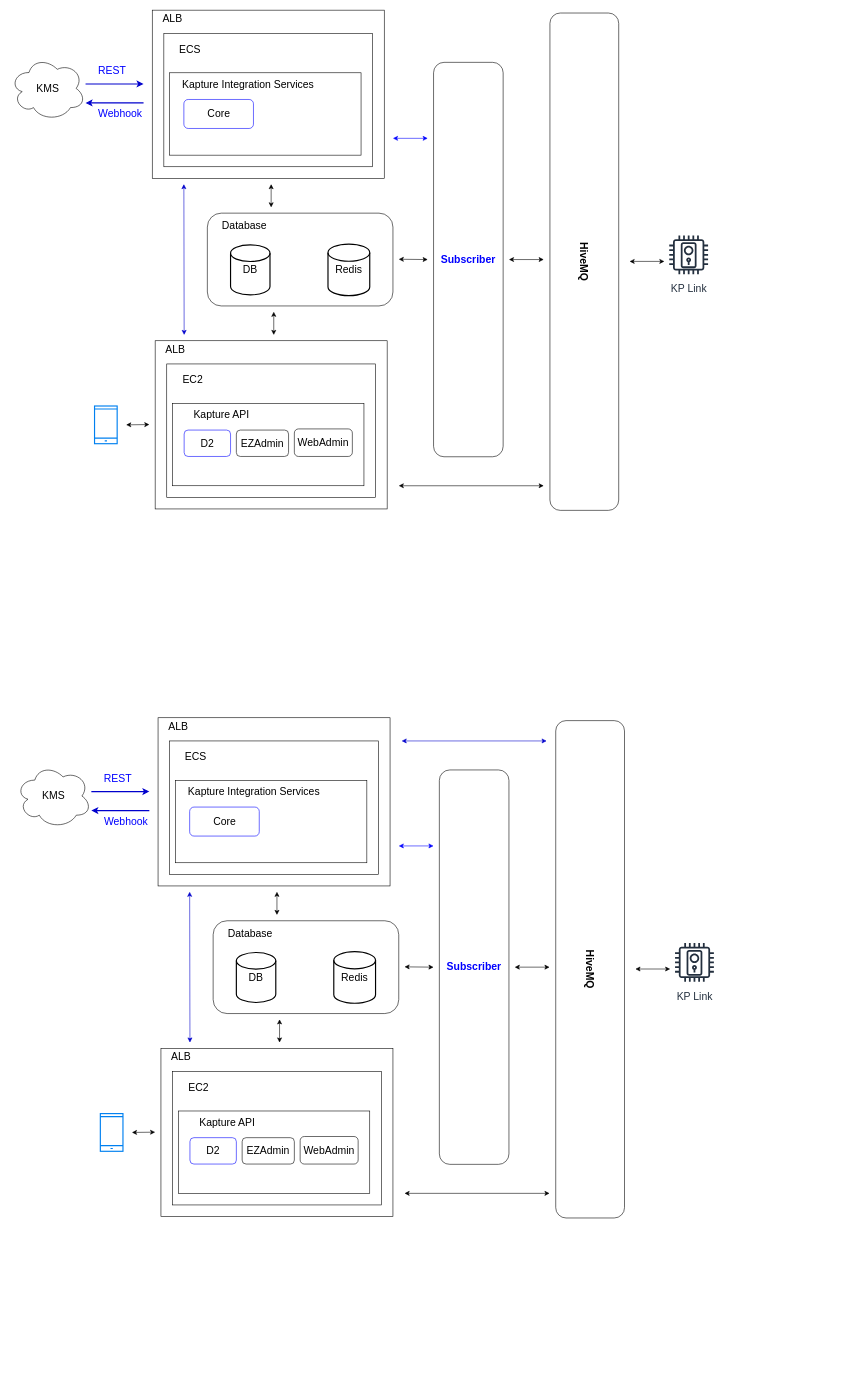
Above: KaptureIntegrationService.drawio in kevin3747118/ALZK (draw.io), before the change. Source tidied: cells renumbered, new cells numbered last; positions are measured from the earlier drawing's top-left corner, leaving out a move shared by most shapes. Both pictures are drawn from the tidied source at 58%, with x=0, y=0 at pixel (10, 10).
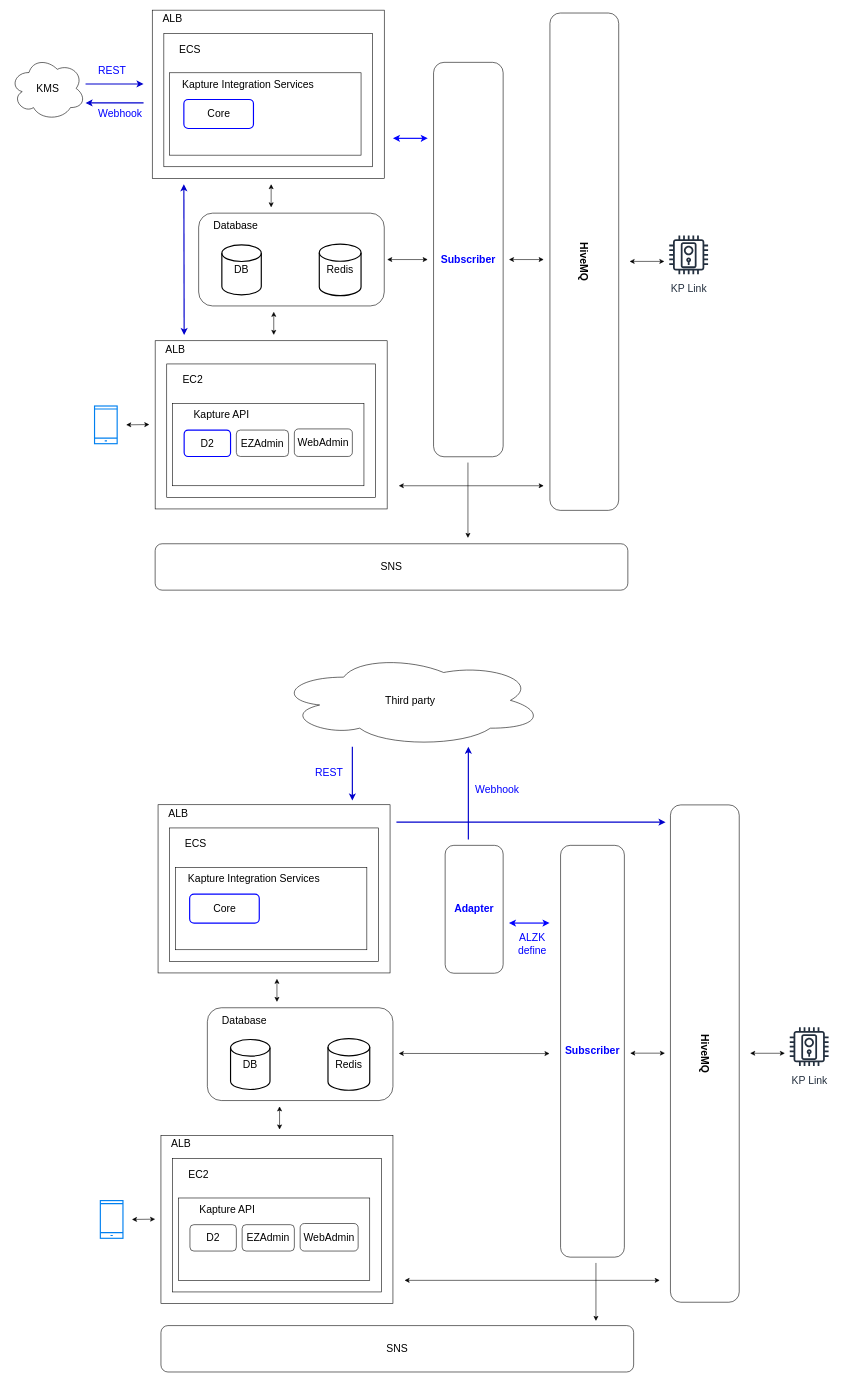
After the change.

Diff of the diagram source:
```diff
@@
-    <mxCell id="7" value="Core" style="rounded=1;whiteSpace=wrap;html=1;fontSize=18;strokeColor=#0000FF;" parent="1" vertex="1">
+    <mxCell id="7" value="Core" style="rounded=1;whiteSpace=wrap;html=1;fontSize=18;strokeColor=#0000FF;strokeWidth=2;" parent="1" vertex="1">
       <mxGeometry x="299.5" y="154" width="120" height="50" as="geometry" />
     </mxCell>
@@
-    <mxCell id="17" value="D2" style="rounded=1;whiteSpace=wrap;html=1;fontSize=18;strokeColor=#0000FF;" parent="1" vertex="1">
+    <mxCell id="17" value="D2" style="rounded=1;whiteSpace=wrap;html=1;fontSize=18;strokeColor=#0000FF;strokeWidth=2;" parent="1" vertex="1">
       <mxGeometry x="300" y="724" width="80" height="45.5" as="geometry" />
     </mxCell>
@@
     <mxCell id="24" style="group;" parent="1" vertex="1">
-      <mxGeometry x="340" y="350" width="320" height="160" as="geometry" />
+      <mxGeometry x="325" y="350" width="320" height="160" as="geometry" />
     </mxCell>
@@
-    <mxCell id="30" style="endArrow=classic;startArrow=classic;html=1;rounded=0;fontSize=18;fontColor=#000000;strokeColor=#0000CC;" parent="1" edge="1">
+    <mxCell id="30" style="endArrow=classic;startArrow=classic;html=1;rounded=0;fontSize=18;fontColor=#000000;strokeColor=#0000CC;strokeWidth=2;" parent="1" edge="1">
       <mxGeometry relative="1" as="geometry">
         <mxPoint x="300" y="560" as="sourcePoint" />
         <mxPoint x="299.5" y="300" as="targetPoint" />
       </mxGeometry>
     </mxCell>
     <mxCell id="31" style="endArrow=classic;startArrow=classic;html=1;rounded=0;fontSize=18;fontColor=#000000;" parent="1" edge="1">
       <mxGeometry relative="1" as="geometry">
-        <mxPoint x="670" y="429.5" as="sourcePoint" />
+        <mxPoint x="650" y="430" as="sourcePoint" />
         <mxPoint x="720" y="430" as="targetPoint" />
       </mxGeometry>
     </mxCell>
@@
-    <mxCell id="36" style="endArrow=classic;startArrow=classic;html=1;rounded=0;fontSize=18;fontColor=#000000;strokeColor=#0000FF;" parent="1" edge="1">
+    <mxCell id="36" style="endArrow=classic;startArrow=classic;html=1;rounded=0;fontSize=18;fontColor=#000000;strokeColor=#0000FF;strokeWidth=2;" parent="1" edge="1">
       <mxGeometry relative="1" as="geometry">
         <mxPoint x="660" y="221" as="sourcePoint" />
         <mxPoint x="720" y="221" as="targetPoint" />
       </mxGeometry>
     </mxCell>
@@
     <mxCell id="41" style="rounded=0;whiteSpace=wrap;html=1;" parent="1" vertex="1">
-      <mxGeometry x="255" y="1220" width="400" height="290" as="geometry" />
+      <mxGeometry x="255" y="1370" width="400" height="290" as="geometry" />
     </mxCell>
     <mxCell id="42" style="rounded=0;whiteSpace=wrap;html=1;fontSize=18;" parent="1" vertex="1">
-      <mxGeometry x="275" y="1260" width="360" height="230" as="geometry" />
+      <mxGeometry x="275" y="1410" width="360" height="230" as="geometry" />
     </mxCell>
     <mxCell id="43" value="&lt;font style=&quot;font-size: 18px&quot;&gt;ECS&lt;/font&gt;" style="text;html=1;strokeColor=none;fillColor=none;align=center;verticalAlign=middle;whiteSpace=wrap;rounded=0;" parent="1" vertex="1">
-      <mxGeometry x="275" y="1273" width="90" height="30" as="geometry" />
+      <mxGeometry x="275" y="1423" width="90" height="30" as="geometry" />
     </mxCell>
     <mxCell id="44" style="rounded=0;whiteSpace=wrap;html=1;fontSize=18;" parent="1" vertex="1">
-      <mxGeometry x="285" y="1328" width="330" height="142" as="geometry" />
+      <mxGeometry x="285" y="1478" width="330" height="142" as="geometry" />
     </mxCell>
     <mxCell id="45" value="&lt;font style=&quot;font-size: 18px&quot;&gt;Kapture Integration Services&lt;/font&gt;" style="text;html=1;strokeColor=none;fillColor=none;align=center;verticalAlign=middle;whiteSpace=wrap;rounded=0;" parent="1" vertex="1">
-      <mxGeometry x="285" y="1328" width="271" height="40" as="geometry" />
+      <mxGeometry x="285" y="1478" width="271" height="40" as="geometry" />
     </mxCell>
-    <mxCell id="46" value="Core" style="rounded=1;whiteSpace=wrap;html=1;fontSize=18;strokeColor=#0000FF;" parent="1" vertex="1">
-      <mxGeometry x="309.5" y="1374" width="120" height="50" as="geometry" />
+    <mxCell id="46" value="Core" style="rounded=1;whiteSpace=wrap;html=1;fontSize=18;strokeColor=#0000FF;strokeWidth=2;" parent="1" vertex="1">
+      <mxGeometry x="309.5" y="1524" width="120" height="50" as="geometry" />
     </mxCell>
     <mxCell id="47" style="html=1;verticalLabelPosition=bottom;align=center;labelBackgroundColor=#ffffff;verticalAlign=top;strokeWidth=2;strokeColor=#0080F0;shadow=0;dashed=0;shape=mxgraph.ios7.icons.smartphone;fontSize=18;" parent="1" vertex="1">
-      <mxGeometry x="155.5" y="1902.5" width="39" height="65" as="geometry" />
+      <mxGeometry x="155.5" y="2052.5" width="39" height="65" as="geometry" />
     </mxCell>
     <mxCell id="48" style="endArrow=classic;startArrow=classic;html=1;rounded=0;fontSize=18;" parent="1" edge="1">
       <mxGeometry relative="1" as="geometry">
-        <mxPoint x="210" y="1935" as="sourcePoint" />
-        <mxPoint x="250" y="1934.5" as="targetPoint" />
+        <mxPoint x="210" y="2085" as="sourcePoint" />
+        <mxPoint x="250" y="2084.5" as="targetPoint" />
       </mxGeometry>
     </mxCell>
     <mxCell id="49" value="&lt;span style=&quot;font-size: 18px;&quot;&gt;ALB&lt;/span&gt;" style="text;html=1;strokeColor=none;fillColor=none;align=center;verticalAlign=middle;whiteSpace=wrap;rounded=0;" parent="1" vertex="1">
-      <mxGeometry x="255" y="1220" width="70" height="30" as="geometry" />
+      <mxGeometry x="255" y="1370" width="70" height="30" as="geometry" />
     </mxCell>
     <mxCell id="50" value="&lt;font style=&quot;font-size: 18px;&quot;&gt;&lt;b style=&quot;&quot;&gt;Subscriber&lt;/b&gt;&lt;/font&gt;" style="rounded=1;whiteSpace=wrap;html=1;fontColor=#0000FF;" parent="1" vertex="1">
-      <mxGeometry x="740" y="1310" width="120" height="680" as="geometry" />
+      <mxGeometry x="949" y="1440" width="110" height="710" as="geometry" />
     </mxCell>
     <mxCell id="51" style="rounded=0;whiteSpace=wrap;html=1;" parent="1" vertex="1">
-      <mxGeometry x="260" y="1790" width="400" height="290" as="geometry" />
+      <mxGeometry x="260" y="1940" width="400" height="290" as="geometry" />
     </mxCell>
     <mxCell id="52" style="rounded=0;whiteSpace=wrap;html=1;fontSize=18;" parent="1" vertex="1">
-      <mxGeometry x="280" y="1830" width="360" height="230" as="geometry" />
+      <mxGeometry x="280" y="1980" width="360" height="230" as="geometry" />
     </mxCell>
     <mxCell id="53" value="&lt;font style=&quot;font-size: 18px&quot;&gt;EC2&lt;/font&gt;" style="text;html=1;strokeColor=none;fillColor=none;align=center;verticalAlign=middle;whiteSpace=wrap;rounded=0;" parent="1" vertex="1">
-      <mxGeometry x="280" y="1843" width="90" height="30" as="geometry" />
+      <mxGeometry x="280" y="1993" width="90" height="30" as="geometry" />
     </mxCell>
     <mxCell id="54" style="rounded=0;whiteSpace=wrap;html=1;fontSize=18;" parent="1" vertex="1">
-      <mxGeometry x="290" y="1898" width="330" height="142" as="geometry" />
+      <mxGeometry x="290" y="2048" width="330" height="142" as="geometry" />
     </mxCell>
     <mxCell id="55" value="&lt;font style=&quot;font-size: 18px&quot;&gt;Kapture API&lt;/font&gt;" style="text;html=1;strokeColor=none;fillColor=none;align=center;verticalAlign=middle;whiteSpace=wrap;rounded=0;" parent="1" vertex="1">
-      <mxGeometry x="289" y="1898" width="171" height="40" as="geometry" />
+      <mxGeometry x="289" y="2048" width="171" height="40" as="geometry" />
     </mxCell>
-    <mxCell id="56" value="D2" style="rounded=1;whiteSpace=wrap;html=1;fontSize=18;strokeColor=#0000FF;" parent="1" vertex="1">
-      <mxGeometry x="310" y="1944" width="80" height="45.5" as="geometry" />
+    <mxCell id="56" value="D2" style="rounded=1;whiteSpace=wrap;html=1;fontSize=18;strokeColor=#000000;" parent="1" vertex="1">
+      <mxGeometry x="310" y="2094" width="80" height="45.5" as="geometry" />
     </mxCell>
     <mxCell id="57" value="&lt;span style=&quot;font-size: 18px;&quot;&gt;ALB&lt;/span&gt;" style="text;html=1;strokeColor=none;fillColor=none;align=center;verticalAlign=middle;whiteSpace=wrap;rounded=0;" parent="1" vertex="1">
-      <mxGeometry x="260" y="1790" width="70" height="30" as="geometry" />
+      <mxGeometry x="260" y="1940" width="70" height="30" as="geometry" />
     </mxCell>
-    <mxCell id="58" value="&lt;font style=&quot;font-size: 18px;&quot;&gt;KMS&lt;/font&gt;" style="ellipse;shape=cloud;whiteSpace=wrap;html=1;strokeColor=#000000;" parent="1" vertex="1">
-      <mxGeometry x="10" y="1300" width="130" height="110" as="geometry" />
+    <mxCell id="58" value="&lt;font style=&quot;font-size: 18px;&quot;&gt;Third party&lt;/font&gt;" style="ellipse;shape=cloud;whiteSpace=wrap;html=1;strokeColor=#000000;" parent="1" vertex="1">
+      <mxGeometry x="460" y="1110" width="460" height="160" as="geometry" />
     </mxCell>
     <mxCell id="59" value="WebAdmin" style="rounded=1;whiteSpace=wrap;html=1;fontSize=18;strokeColor=#000000;" parent="1" vertex="1">
-      <mxGeometry x="500" y="1942" width="100" height="47.5" as="geometry" />
+      <mxGeometry x="500" y="2092" width="100" height="47.5" as="geometry" />
     </mxCell>
     <mxCell id="60" value="EZAdmin" style="rounded=1;whiteSpace=wrap;html=1;fontSize=18;strokeColor=default;" parent="1" vertex="1">
-      <mxGeometry x="400" y="1944" width="90" height="45.5" as="geometry" />
+      <mxGeometry x="400" y="2094" width="90" height="45.5" as="geometry" />
     </mxCell>
     <mxCell id="61" style="endArrow=classic;startArrow=classic;html=1;rounded=0;fontSize=18;fontColor=#000000;" parent="1" edge="1">
       <mxGeometry relative="1" as="geometry">
-        <mxPoint x="460" y="1560" as="sourcePoint" />
-        <mxPoint x="460" y="1520" as="targetPoint" />
+        <mxPoint x="460" y="1710" as="sourcePoint" />
+        <mxPoint x="460" y="1670" as="targetPoint" />
       </mxGeometry>
     </mxCell>
     <mxCell id="62" value="&lt;font size=&quot;1&quot; style=&quot;&quot;&gt;&lt;b style=&quot;font-size: 18px;&quot;&gt;HiveMQ&lt;/b&gt;&lt;/font&gt;" style="rounded=1;whiteSpace=wrap;html=1;fontSize=18;strokeColor=#000000;rotation=90;" parent="1" vertex="1">
-      <mxGeometry x="571.2" y="1594.4" width="857.5" height="118.6" as="geometry" />
+      <mxGeometry x="769" y="1739.7" width="857.5" height="118.6" as="geometry" />
     </mxCell>
     <mxCell id="63" style="group;" parent="1" vertex="1">
-      <mxGeometry x="350" y="1570" width="320" height="160" as="geometry" />
+      <mxGeometry x="340" y="1720" width="320" height="160" as="geometry" />
     </mxCell>
@@
     <mxCell id="68" style="endArrow=classic;startArrow=classic;html=1;rounded=0;fontSize=18;fontColor=#000000;" parent="1" edge="1">
       <mxGeometry relative="1" as="geometry">
-        <mxPoint x="464.5" y="1780" as="sourcePoint" />
-        <mxPoint x="464.5" y="1740" as="targetPoint" />
+        <mxPoint x="464.5" y="1930" as="sourcePoint" />
+        <mxPoint x="464.5" y="1890" as="targetPoint" />
       </mxGeometry>
     </mxCell>
-    <mxCell id="69" style="endArrow=classic;startArrow=classic;html=1;rounded=0;fontSize=18;fontColor=#000000;strokeColor=#0000CC;" parent="1" edge="1">
-      <mxGeometry relative="1" as="geometry">
-        <mxPoint x="310" y="1780" as="sourcePoint" />
-        <mxPoint x="309.5" y="1520" as="targetPoint" />
-      </mxGeometry>
-    </mxCell>
     <mxCell id="70" style="endArrow=classic;startArrow=classic;html=1;rounded=0;fontSize=18;fontColor=#000000;" parent="1" edge="1">
       <mxGeometry relative="1" as="geometry">
-        <mxPoint x="680" y="1649.5" as="sourcePoint" />
-        <mxPoint x="730" y="1650" as="targetPoint" />
+        <mxPoint x="670" y="1798.8" as="sourcePoint" />
+        <mxPoint x="930" y="1799" as="targetPoint" />
       </mxGeometry>
     </mxCell>
     <mxCell id="71" style="endArrow=classic;startArrow=classic;html=1;rounded=0;fontSize=18;" parent="1" edge="1">
       <mxGeometry relative="1" as="geometry">
-        <mxPoint x="680" y="2040" as="sourcePoint" />
-        <mxPoint x="930" y="2040" as="targetPoint" />
+        <mxPoint x="680" y="2190" as="sourcePoint" />
+        <mxPoint x="1120" y="2190" as="targetPoint" />
       </mxGeometry>
     </mxCell>
     <mxCell id="72" style="endArrow=classic;startArrow=classic;html=1;rounded=0;fontSize=18;fontColor=#000000;" parent="1" edge="1">
       <mxGeometry relative="1" as="geometry">
-        <mxPoint x="870" y="1650" as="sourcePoint" />
-        <mxPoint x="930" y="1650" as="targetPoint" />
+        <mxPoint x="1069" y="1798.3" as="sourcePoint" />
+        <mxPoint x="1129" y="1798.3" as="targetPoint" />
       </mxGeometry>
     </mxCell>
-    <mxCell id="73" style="endArrow=classic;startArrow=classic;html=1;rounded=0;fontSize=18;strokeColor=#0000CC;" parent="1" edge="1">
-      <mxGeometry relative="1" as="geometry">
-        <mxPoint x="675" y="1260" as="sourcePoint" />
-        <mxPoint x="925" y="1260" as="targetPoint" />
-      </mxGeometry>
-    </mxCell>
     <mxCell id="74" value="&lt;font style=&quot;font-size: 18px;&quot;&gt;KP Link&lt;/font&gt;" style="sketch=0;fontColor=#232F3E;gradientColor=none;strokeColor=#232F3E;fillColor=#ffffff;dashed=0;verticalLabelPosition=bottom;verticalAlign=top;align=center;html=1;fontSize=12;fontStyle=0;shape=mxgraph.aws4.resourceIcon;resIcon=mxgraph.aws4.door_lock;" parent="1" vertex="1">
-      <mxGeometry x="1138" y="1600" width="83.7" height="83.7" as="geometry" />
+      <mxGeometry x="1335.8" y="1745.3" width="83.7" height="83.7" as="geometry" />
     </mxCell>
     <mxCell id="75" style="endArrow=classic;startArrow=classic;html=1;rounded=0;fontSize=18;fontColor=#000000;" parent="1" edge="1">
       <mxGeometry relative="1" as="geometry">
-        <mxPoint x="1078" y="1653.2" as="sourcePoint" />
-        <mxPoint x="1138" y="1653.2" as="targetPoint" />
+        <mxPoint x="1275.8" y="1798.5" as="sourcePoint" />
+        <mxPoint x="1335.8" y="1798.5" as="targetPoint" />
       </mxGeometry>
     </mxCell>
-    <mxCell id="76" style="endArrow=classic;startArrow=classic;html=1;rounded=0;fontSize=18;fontColor=#000000;strokeColor=#0000FF;" parent="1" edge="1">
+    <mxCell id="76" style="endArrow=classic;startArrow=classic;html=1;rounded=0;fontSize=18;fontColor=#000000;strokeColor=#0000FF;strokeWidth=2;" parent="1" edge="1">
       <mxGeometry relative="1" as="geometry">
-        <mxPoint x="670" y="1441" as="sourcePoint" />
-        <mxPoint x="730" y="1441" as="targetPoint" />
+        <mxPoint x="860" y="1574" as="sourcePoint" />
+        <mxPoint x="930" y="1574" as="targetPoint" />
       </mxGeometry>
     </mxCell>
     <mxCell id="77" style="endArrow=classic;html=1;rounded=0;strokeColor=#0000CC;strokeWidth=2;fontSize=18;fontColor=#0000FF;" parent="1" edge="1">
       <mxGeometry relative="1" as="geometry">
-        <mxPoint x="140" y="1347.3" as="sourcePoint" />
-        <mxPoint x="240" y="1347.3" as="targetPoint" />
+        <mxPoint x="590" y="1270" as="sourcePoint" />
+        <mxPoint x="590" y="1362.7" as="targetPoint" />
       </mxGeometry>
     </mxCell>
-    <mxCell id="78" style="endArrow=classic;html=1;rounded=0;strokeColor=#0000CC;strokeWidth=2;fontSize=18;fontColor=#0000FF;" parent="1" edge="1">
-      <mxGeometry relative="1" as="geometry">
-        <mxPoint x="240" y="1380" as="sourcePoint" />
-        <mxPoint x="140" y="1380" as="targetPoint" />
-      </mxGeometry>
-    </mxCell>
+    <mxCell id="80" value="REST" style="text;html=1;strokeColor=none;fillColor=none;align=center;verticalAlign=middle;whiteSpace=wrap;rounded=0;fontSize=18;fontColor=#0000FF;" parent="1" vertex="1">
+      <mxGeometry x="520" y="1300" width="60" height="30" as="geometry" />
+    </mxCell>
+    <mxCell id="81" value="&lt;b style=&quot;border-color: var(--border-color); font-size: 18px;&quot;&gt;Adapter&lt;/b&gt;" style="rounded=1;whiteSpace=wrap;html=1;fontColor=#0000FF;" parent="1" vertex="1">
+      <mxGeometry x="750" y="1440" width="100" height="220.5" as="geometry" />
+    </mxCell>
+    <mxCell id="82" style="endArrow=classic;html=1;rounded=0;strokeColor=#0000CC;strokeWidth=2;fontSize=18;fontColor=#0000FF;" parent="1" edge="1">
+      <mxGeometry relative="1" as="geometry">
+        <mxPoint x="790" y="1430" as="sourcePoint" />
+        <mxPoint x="790" y="1270" as="targetPoint" />
+      </mxGeometry>
+    </mxCell>
     <mxCell id="79" value="Webhook" style="text;html=1;strokeColor=none;fillColor=none;align=center;verticalAlign=middle;whiteSpace=wrap;rounded=0;fontSize=18;fontColor=#0000FF;" parent="1" vertex="1">
-      <mxGeometry x="170" y="1384" width="60" height="30" as="geometry" />
+      <mxGeometry x="810" y="1330" width="60" height="30" as="geometry" />
     </mxCell>
-    <mxCell id="80" value="REST" style="text;html=1;strokeColor=none;fillColor=none;align=center;verticalAlign=middle;whiteSpace=wrap;rounded=0;fontSize=18;fontColor=#0000FF;" parent="1" vertex="1">
-      <mxGeometry x="155.5" y="1310" width="60" height="30" as="geometry" />
-    </mxCell>
+    <mxCell id="83" value="ALZK &lt;br&gt;define" style="text;html=1;align=center;verticalAlign=middle;strokeColor=none;fillColor=none;fontSize=18;fontColor=#0000FF;" parent="1" vertex="1">
+      <mxGeometry x="865" y="1580" width="70" height="60" as="geometry" />
+    </mxCell>
+    <mxCell id="84" value="&lt;font color=&quot;#000000&quot;&gt;SNS&lt;/font&gt;" style="rounded=1;whiteSpace=wrap;html=1;strokeColor=#000000;strokeWidth=1;fontSize=18;fontColor=#0000FF;fillColor=none;" parent="1" vertex="1">
+      <mxGeometry x="250" y="920" width="815" height="80" as="geometry" />
+    </mxCell>
+    <mxCell id="85" style="endArrow=classic;html=1;rounded=0;strokeColor=#000000;strokeWidth=1;fontSize=18;fontColor=#0000FF;" parent="1" edge="1">
+      <mxGeometry relative="1" as="geometry">
+        <mxPoint x="789.3" y="780" as="sourcePoint" />
+        <mxPoint x="789.3" y="910" as="targetPoint" />
+      </mxGeometry>
+    </mxCell>
+    <mxCell id="86" value="&lt;font color=&quot;#000000&quot;&gt;SNS&lt;/font&gt;" style="rounded=1;whiteSpace=wrap;html=1;strokeColor=#000000;strokeWidth=1;fontSize=18;fontColor=#0000FF;fillColor=none;" parent="1" vertex="1">
+      <mxGeometry x="260" y="2268" width="815" height="80" as="geometry" />
+    </mxCell>
+    <mxCell id="87" style="endArrow=classic;html=1;rounded=0;strokeColor=#000000;strokeWidth=1;fontSize=18;fontColor=#0000FF;" parent="1" edge="1">
+      <mxGeometry relative="1" as="geometry">
+        <mxPoint x="1010" y="2160" as="sourcePoint" />
+        <mxPoint x="1010" y="2260" as="targetPoint" />
+      </mxGeometry>
+    </mxCell>
+    <mxCell id="88" style="endArrow=classic;html=1;rounded=0;strokeColor=#0000CC;strokeWidth=2;fontSize=18;fontColor=#0000FF;" parent="1" edge="1">
+      <mxGeometry relative="1" as="geometry">
+        <mxPoint x="666" y="1400" as="sourcePoint" />
+        <mxPoint x="1130" y="1400" as="targetPoint" />
+      </mxGeometry>
+    </mxCell>
```
